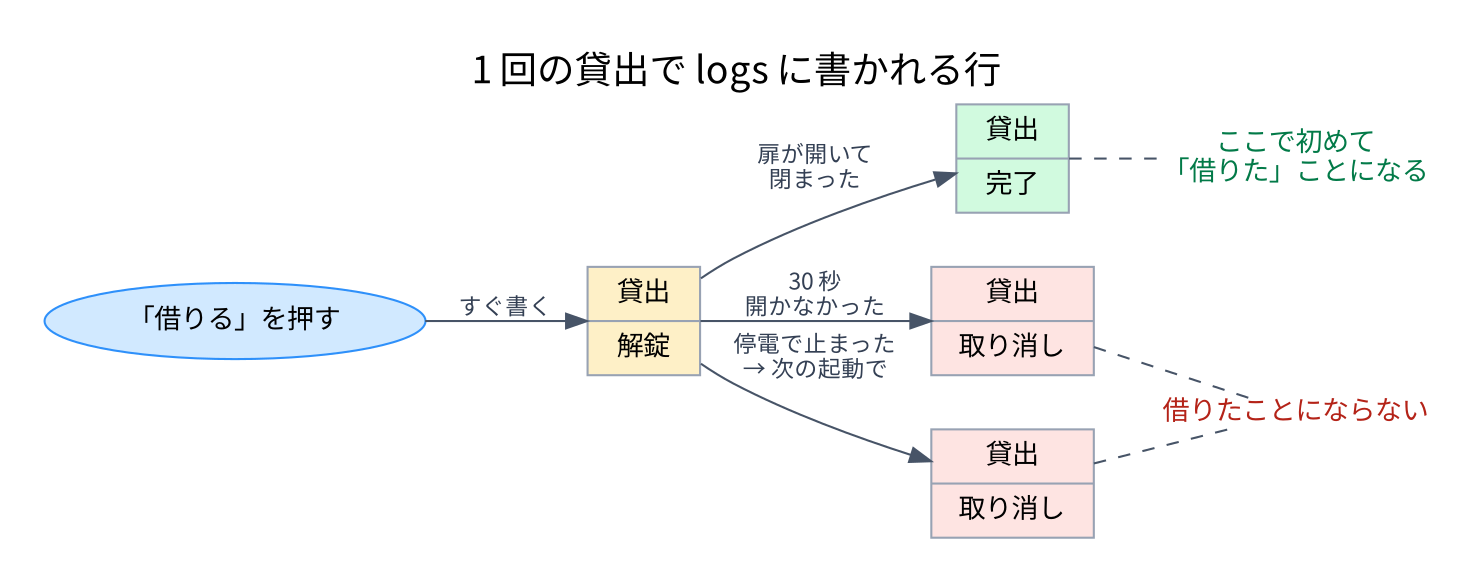
The Graphviz diagram docs/images/log_rows.png in giajoe24/secure-camera-rental-system, before a commit. Its source is kept beside it as docs/images/log_rows.dot.
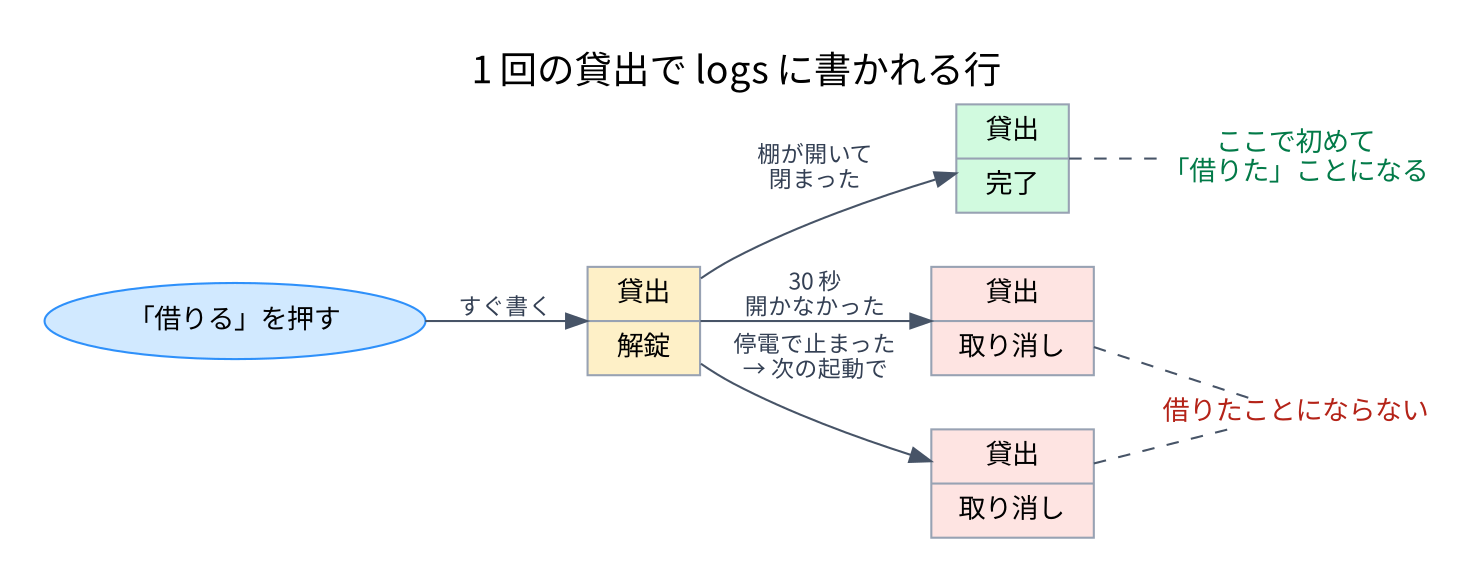
Above is the later version.

Diff of the diagram source:
```diff
@@ -12,7 +12,7 @@
   ok [label="ここで初めて\n「借りた」ことになる", shape=plain, style="", fontcolor="#027A48"];
   ng [label="借りたことにならない", shape=plain, style="", fontcolor="#B42318"];
   press -> r1 [label="すぐ書く"];
-  r1 -> r2 [label="扉が開いて\n閉まった"];
+  r1 -> r2 [label="棚が開いて\n閉まった"];
   r1 -> r3 [label="30 秒\n開かなかった"];
   r1 -> r4 [label="停電で止まった\n→ 次の起動で"];
   r2 -> ok [style=dashed, arrowhead=none]; r3 -> ng [style=dashed, arrowhead=none]; r4 -> ng [style=dashed, arrowhead=none];
```
